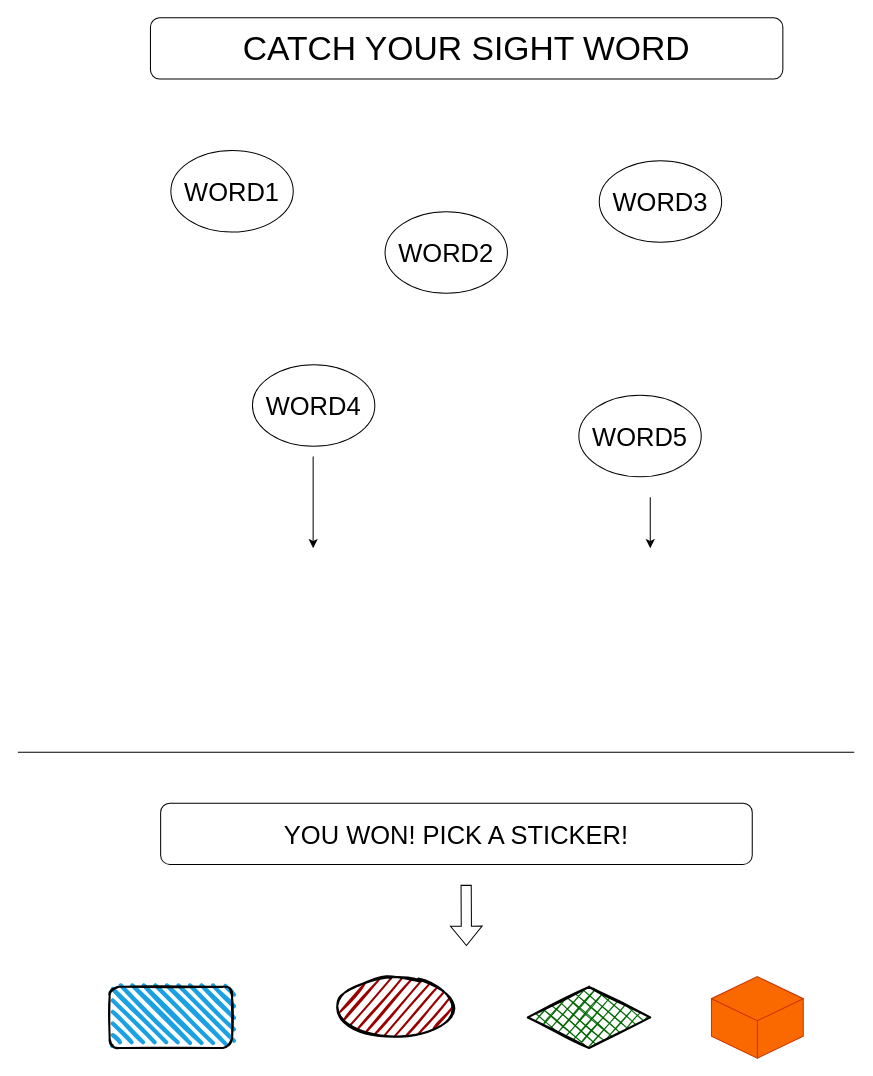
The draw.io diagram page "Page-3" (3 of 3) of Project1 Mockup.drawio in sashasabov/Project-1, before the edit. Source tidied: cells renumbered, new cells numbered last; positions are measured from the earlier drawing's top-left corner, leaving out a move shared by most shapes. Both pictures are drawn from the tidied source at 102%, with x=0, y=0 at pixel (17, 17).
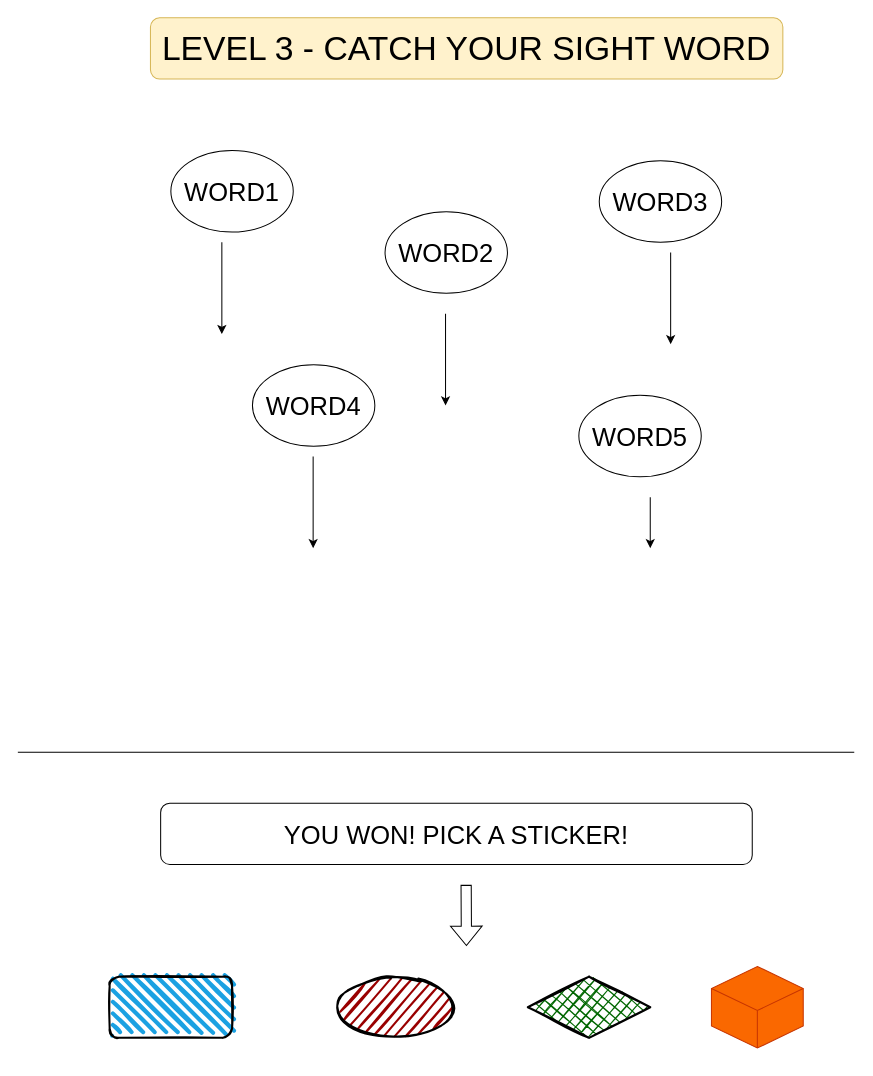
The same diagram, later.

What changed in the source:
```diff
@@
-    <mxCell id="2" value="CATCH YOUR SIGHT WORD" style="rounded=1;whiteSpace=wrap;html=1;fontSize=33;" parent="1" vertex="1">
+    <mxCell id="2" value="LEVEL 3 - CATCH YOUR SIGHT WORD" style="rounded=1;whiteSpace=wrap;html=1;fontSize=33;fillColor=#fff2cc;strokeColor=#d6b656;" parent="1" vertex="1">
       <mxGeometry x="130" width="620" height="60" as="geometry" />
     </mxCell>
@@
     <mxCell id="13" style="rounded=1;whiteSpace=wrap;html=1;strokeWidth=2;fillWeight=4;hachureGap=8;hachureAngle=45;fillColor=#1ba1e2;sketch=1;fontSize=25;" parent="1" vertex="1">
-      <mxGeometry x="90" y="950" width="120" height="60" as="geometry" />
+      <mxGeometry x="90" y="940" width="120" height="60" as="geometry" />
     </mxCell>
@@
     <mxCell id="15" style="rhombus;whiteSpace=wrap;html=1;strokeWidth=2;fillWeight=-1;hachureGap=8;fillStyle=cross-hatch;fillColor=#006600;sketch=1;fontSize=25;" parent="1" vertex="1">
-      <mxGeometry x="500" y="950" width="120" height="60" as="geometry" />
+      <mxGeometry x="500" y="940" width="120" height="60" as="geometry" />
     </mxCell>
     <mxCell id="16" style="html=1;whiteSpace=wrap;shape=isoCube2;backgroundOutline=1;isoAngle=15;fontSize=25;fillColor=#fa6800;fontColor=#000000;strokeColor=#C73500;" parent="1" vertex="1">
-      <mxGeometry x="680" y="940" width="90" height="80" as="geometry" />
+      <mxGeometry x="680" y="930" width="90" height="80" as="geometry" />
     </mxCell>
+    <mxCell id="17" style="endArrow=classic;html=1;rounded=0;fontSize=25;" parent="1" edge="1">
+      <mxGeometry relative="1" as="geometry">
+        <mxPoint x="200" y="220" as="sourcePoint" />
+        <mxPoint x="200" y="310" as="targetPoint" />
+      </mxGeometry>
+    </mxCell>
+    <mxCell id="18" style="endArrow=classic;html=1;rounded=0;fontSize=25;" parent="1" edge="1">
+      <mxGeometry relative="1" as="geometry">
+        <mxPoint x="419.3" y="290" as="sourcePoint" />
+        <mxPoint x="419.3" y="380" as="targetPoint" />
+        <Array as="points">
+          <mxPoint x="419.3" y="350" />
+        </Array>
+      </mxGeometry>
+    </mxCell>
+    <mxCell id="19" style="endArrow=classic;html=1;rounded=0;fontSize=25;" parent="1" edge="1">
+      <mxGeometry relative="1" as="geometry">
+        <mxPoint x="640" y="230" as="sourcePoint" />
+        <mxPoint x="640" y="320" as="targetPoint" />
+        <Array as="points">
+          <mxPoint x="640" y="290" />
+        </Array>
+      </mxGeometry>
+    </mxCell>
```
